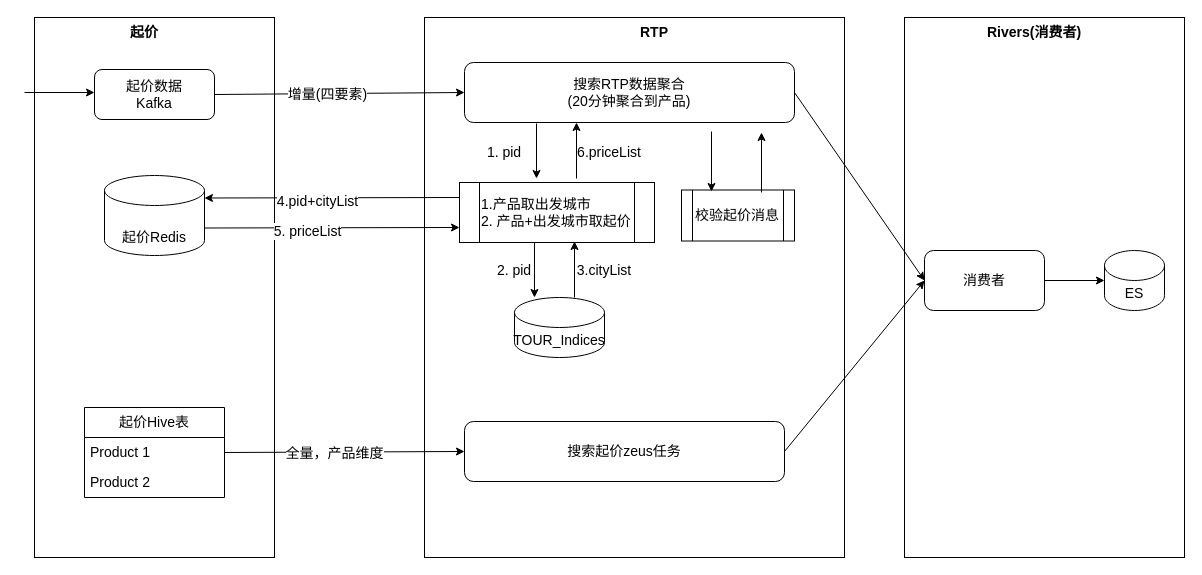
The draw.io diagram 索引起价更新.drawio in haiyang1985/draw-io, before the edit. Source tidied: cells renumbered, new cells numbered last; positions are measured from the earlier drawing's top-left corner, leaving out a move shared by most shapes. Both pictures are drawn from the tidied source at 100%, with x=0, y=0 at pixel (24, 17).
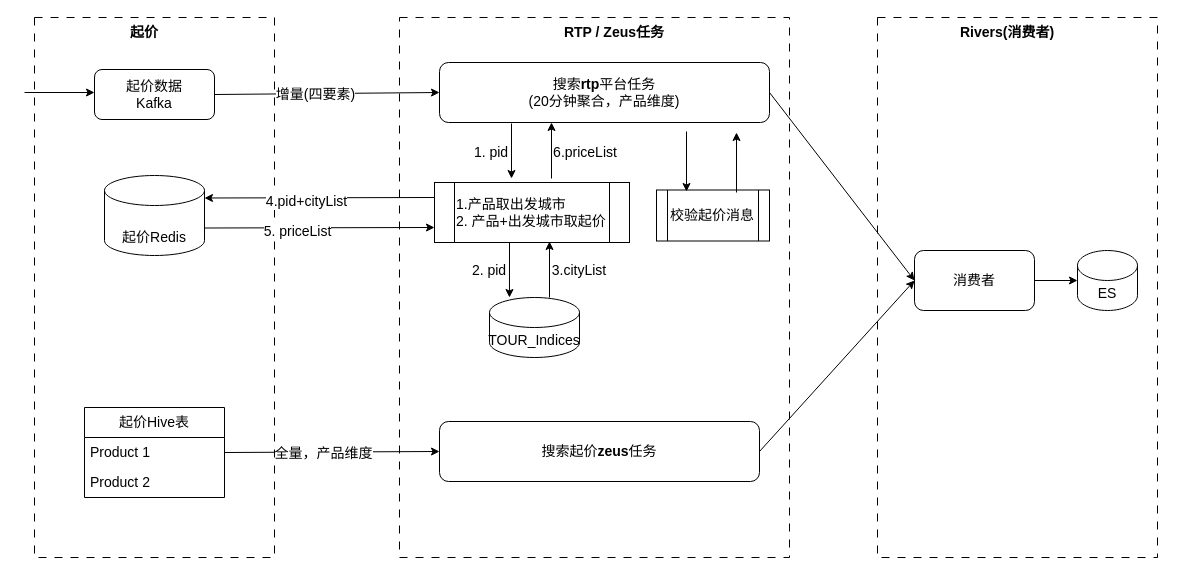
The same page after the edit.

Commit message (it also covers changes not shown here):
更新索引起价更新.drawio

The edit, as a diff of the source:
```diff
@@
-    <mxCell id="2" style="rounded=0;whiteSpace=wrap;html=1;fontSize=14;" parent="1" vertex="1">
-      <mxGeometry x="400" width="420" height="540" as="geometry" />
+    <mxCell id="2" style="rounded=0;whiteSpace=wrap;html=1;fontSize=14;dashed=1;dashPattern=8 8;" parent="1" vertex="1">
+      <mxGeometry x="375" width="390" height="540" as="geometry" />
     </mxCell>
-    <mxCell id="3" style="rounded=0;whiteSpace=wrap;html=1;fontSize=14;" parent="1" vertex="1">
-      <mxGeometry x="880" width="280" height="540" as="geometry" />
+    <mxCell id="3" style="rounded=0;whiteSpace=wrap;html=1;fontSize=14;dashed=1;dashPattern=8 8;" parent="1" vertex="1">
+      <mxGeometry x="853" width="280" height="540" as="geometry" />
     </mxCell>
-    <mxCell id="4" style="rounded=0;whiteSpace=wrap;html=1;fontSize=14;" parent="1" vertex="1">
+    <mxCell id="4" style="rounded=0;whiteSpace=wrap;html=1;fontSize=14;strokeColor=default;dashed=1;dashPattern=8 8;" parent="1" vertex="1">
       <mxGeometry x="10" width="240" height="540" as="geometry" />
     </mxCell>
@@
-    <mxCell id="6" value="RTP" style="text;html=1;whiteSpace=wrap;strokeColor=none;fillColor=none;align=center;verticalAlign=middle;rounded=0;fontSize=14;fontStyle=1;" parent="1" vertex="1">
-      <mxGeometry x="580" width="100" height="30" as="geometry" />
+    <mxCell id="6" value="RTP / Zeus任务" style="text;html=1;whiteSpace=wrap;strokeColor=none;fillColor=none;align=center;verticalAlign=middle;rounded=0;fontSize=14;fontStyle=1;" parent="1" vertex="1">
+      <mxGeometry x="530" width="120" height="30" as="geometry" />
     </mxCell>
     <mxCell id="7" value="Rivers(消费者)" style="text;html=1;whiteSpace=wrap;strokeColor=none;fillColor=none;align=center;verticalAlign=middle;rounded=0;fontSize=14;fontStyle=1;" parent="1" vertex="1">
-      <mxGeometry x="960" width="100" height="30" as="geometry" />
+      <mxGeometry x="933" width="100" height="30" as="geometry" />
     </mxCell>
@@
-    <mxCell id="9" value="搜索RTP数据聚合&lt;div&gt;(20分钟聚合到产品)&lt;/div&gt;" style="rounded=1;whiteSpace=wrap;html=1;fontSize=14;" parent="1" vertex="1">
-      <mxGeometry x="440" y="45" width="330" height="60" as="geometry" />
+    <mxCell id="9" value="搜索&lt;b&gt;rtp&lt;/b&gt;平台任务&lt;div&gt;(20分钟聚合，产品维度)&lt;/div&gt;" style="rounded=1;whiteSpace=wrap;html=1;fontSize=14;" parent="1" vertex="1">
+      <mxGeometry x="415" y="45" width="330" height="60" as="geometry" />
     </mxCell>
@@
     <mxCell id="12" value="校验起价消息" style="shape=process;whiteSpace=wrap;html=1;backgroundOutline=1;fontSize=14;" parent="1" vertex="1">
-      <mxGeometry x="657" y="172.5" width="113" height="51" as="geometry" />
+      <mxGeometry x="632" y="172.5" width="113" height="51" as="geometry" />
     </mxCell>
     <mxCell id="13" style="endArrow=classic;html=1;rounded=0;fontSize=14;" parent="1" edge="1">
       <mxGeometry relative="1" as="geometry">
-        <mxPoint x="687" y="114" as="sourcePoint" />
-        <mxPoint x="687" y="174" as="targetPoint" />
+        <mxPoint x="662" y="114" as="sourcePoint" />
+        <mxPoint x="662" y="174" as="targetPoint" />
       </mxGeometry>
     </mxCell>
     <mxCell id="14" style="endArrow=classic;html=1;rounded=0;fontSize=14;" parent="1" edge="1">
       <mxGeometry relative="1" as="geometry">
-        <mxPoint x="737" y="175" as="sourcePoint" />
-        <mxPoint x="737" y="115" as="targetPoint" />
+        <mxPoint x="712" y="175" as="sourcePoint" />
+        <mxPoint x="712" y="115" as="targetPoint" />
       </mxGeometry>
     </mxCell>
     <mxCell id="15" value="ES" style="shape=cylinder3;whiteSpace=wrap;html=1;boundedLbl=1;backgroundOutline=1;size=15;fontSize=14;" parent="1" vertex="1">
-      <mxGeometry x="1080" y="233" width="60" height="60" as="geometry" />
+      <mxGeometry x="1053" y="233" width="60" height="60" as="geometry" />
     </mxCell>
     <mxCell id="16" value="消费者" style="rounded=1;whiteSpace=wrap;html=1;fontSize=14;" parent="1" vertex="1">
-      <mxGeometry x="900" y="233" width="120" height="60" as="geometry" />
+      <mxGeometry x="890" y="233" width="120" height="60" as="geometry" />
     </mxCell>
@@
     <mxCell id="18" style="endArrow=classic;html=1;rounded=0;exitX=1;exitY=0.5;exitDx=0;exitDy=0;fontSize=14;" parent="1" edge="1" source="16">
       <mxGeometry relative="1" as="geometry">
-        <mxPoint x="1080" y="263" as="targetPoint" />
+        <mxPoint x="1053" y="263" as="targetPoint" />
       </mxGeometry>
     </mxCell>
     <mxCell id="19" value="&lt;div&gt;&lt;div class=&quot;old-record-id-NbmhdIVokoazy3xnzICccXbInMe&quot;&gt;TOUR_Indices&lt;/div&gt;&lt;/div&gt;&lt;span data-lark-record-data=&quot;{&amp;quot;rootId&amp;quot;:&amp;quot;E3Tqdnlf3o5lEfxBQr9c95AwnEf&amp;quot;,&amp;quot;text&amp;quot;:{&amp;quot;initialAttributedTexts&amp;quot;:{&amp;quot;text&amp;quot;:{&amp;quot;0&amp;quot;:&amp;quot;TOUR_Indices&amp;quot;},&amp;quot;attribs&amp;quot;:{&amp;quot;0&amp;quot;:&amp;quot;*0+c&amp;quot;}},&amp;quot;apool&amp;quot;:{&amp;quot;numToAttrib&amp;quot;:{&amp;quot;0&amp;quot;:[&amp;quot;author&amp;quot;,&amp;quot;7514862704348151811&amp;quot;]},&amp;quot;nextNum&amp;quot;:1}},&amp;quot;type&amp;quot;:&amp;quot;text&amp;quot;,&amp;quot;referenceRecordMap&amp;quot;:{},&amp;quot;extra&amp;quot;:{&amp;quot;channel&amp;quot;:&amp;quot;saas&amp;quot;,&amp;quot;isEqualBlockSelection&amp;quot;:false,&amp;quot;pasteRandomId&amp;quot;:&amp;quot;73dc063c-bffc-431a-b55b-ae562a93a724&amp;quot;,&amp;quot;mention_page_title&amp;quot;:{},&amp;quot;external_mention_url&amp;quot;:{}},&amp;quot;isKeepQuoteContainer&amp;quot;:false,&amp;quot;isFromCode&amp;quot;:false,&amp;quot;selection&amp;quot;:[{&amp;quot;id&amp;quot;:161,&amp;quot;type&amp;quot;:&amp;quot;text&amp;quot;,&amp;quot;selection&amp;quot;:{&amp;quot;start&amp;quot;:20,&amp;quot;end&amp;quot;:32},&amp;quot;recordId&amp;quot;:&amp;quot;NbmhdIVokoazy3xnzICccXbInMe&amp;quot;}],&amp;quot;payloadMap&amp;quot;:{},&amp;quot;isCut&amp;quot;:false}&quot; class=&quot;lark-record-clipboard&quot;&gt;&lt;/span&gt;" style="shape=cylinder3;whiteSpace=wrap;html=1;boundedLbl=1;backgroundOutline=1;size=15;fontSize=14;" parent="1" vertex="1">
-      <mxGeometry x="490" y="280" width="90" height="60" as="geometry" />
+      <mxGeometry x="465" y="280" width="90" height="60" as="geometry" />
     </mxCell>
@@
     <mxCell id="23" value="1.产品取出发城市&lt;div&gt;2. 产品+出发城市取起价&lt;/div&gt;" style="shape=process;whiteSpace=wrap;html=1;backgroundOutline=1;fontSize=14;align=left;" parent="1" vertex="1">
-      <mxGeometry x="435" y="165" width="195" height="60" as="geometry" />
+      <mxGeometry x="410" y="165" width="195" height="60" as="geometry" />
     </mxCell>
@@
     <mxCell id="27" style="endArrow=classic;html=1;rounded=0;entryX=0.222;entryY=0;entryDx=0;entryDy=0;entryPerimeter=0;fontSize=14;" parent="1" edge="1" target="19">
       <mxGeometry relative="1" as="geometry">
-        <mxPoint x="510" y="225" as="sourcePoint" />
+        <mxPoint x="485" y="225" as="sourcePoint" />
       </mxGeometry>
     </mxCell>
     <mxCell id="28" style="endArrow=classic;html=1;rounded=0;fontSize=14;" parent="1" edge="1">
       <mxGeometry relative="1" as="geometry">
-        <mxPoint x="550" y="280" as="sourcePoint" />
-        <mxPoint x="550" y="224" as="targetPoint" />
+        <mxPoint x="525" y="280" as="sourcePoint" />
+        <mxPoint x="525" y="224" as="targetPoint" />
       </mxGeometry>
     </mxCell>
     <mxCell id="29" style="endArrow=classic;html=1;rounded=0;entryX=0.222;entryY=0;entryDx=0;entryDy=0;entryPerimeter=0;fontSize=14;" parent="1" edge="1">
       <mxGeometry relative="1" as="geometry">
-        <mxPoint x="512" y="106" as="sourcePoint" />
-        <mxPoint x="512" y="161" as="targetPoint" />
+        <mxPoint x="487" y="106" as="sourcePoint" />
+        <mxPoint x="487" y="161" as="targetPoint" />
       </mxGeometry>
     </mxCell>
     <mxCell id="30" style="endArrow=classic;html=1;rounded=0;fontSize=14;" parent="1" edge="1">
       <mxGeometry relative="1" as="geometry">
-        <mxPoint x="552" y="161" as="sourcePoint" />
-        <mxPoint x="552" y="105" as="targetPoint" />
+        <mxPoint x="527" y="161" as="sourcePoint" />
+        <mxPoint x="527" y="105" as="targetPoint" />
       </mxGeometry>
     </mxCell>
     <mxCell id="31" value="1. pid" style="text;html=1;whiteSpace=wrap;strokeColor=none;fillColor=none;align=center;verticalAlign=middle;rounded=0;rotation=0;fontSize=14;" parent="1" vertex="1">
-      <mxGeometry x="450" y="120" width="60" height="30" as="geometry" />
+      <mxGeometry x="437" y="120" width="60" height="30" as="geometry" />
     </mxCell>
     <mxCell id="32" value="2. pid" style="text;html=1;whiteSpace=wrap;strokeColor=none;fillColor=none;align=center;verticalAlign=middle;rounded=0;rotation=0;fontSize=14;" parent="1" vertex="1">
-      <mxGeometry x="460" y="238" width="60" height="30" as="geometry" />
+      <mxGeometry x="435" y="238" width="60" height="30" as="geometry" />
     </mxCell>
     <mxCell id="33" value="3.cityList" style="text;html=1;whiteSpace=wrap;strokeColor=none;fillColor=none;align=center;verticalAlign=middle;rounded=0;rotation=0;fontSize=14;" parent="1" vertex="1">
-      <mxGeometry x="550" y="238" width="60" height="30" as="geometry" />
+      <mxGeometry x="525" y="238" width="60" height="30" as="geometry" />
     </mxCell>
     <mxCell id="34" value="6.priceList" style="text;html=1;whiteSpace=wrap;strokeColor=none;fillColor=none;align=center;verticalAlign=middle;rounded=0;rotation=0;fontSize=14;" parent="1" vertex="1">
-      <mxGeometry x="555" y="120" width="60" height="30" as="geometry" />
+      <mxGeometry x="531" y="120" width="60" height="30" as="geometry" />
     </mxCell>
@@
-    <mxCell id="38" value="搜索起价zeus任务" style="rounded=1;whiteSpace=wrap;html=1;fontSize=14;" parent="1" vertex="1">
-      <mxGeometry x="440" y="404" width="320" height="60" as="geometry" />
+    <mxCell id="38" value="搜索起价&lt;b&gt;zeus&lt;/b&gt;任务" style="rounded=1;whiteSpace=wrap;html=1;fontSize=14;" parent="1" vertex="1">
+      <mxGeometry x="415" y="404" width="320" height="60" as="geometry" />
     </mxCell>
```
